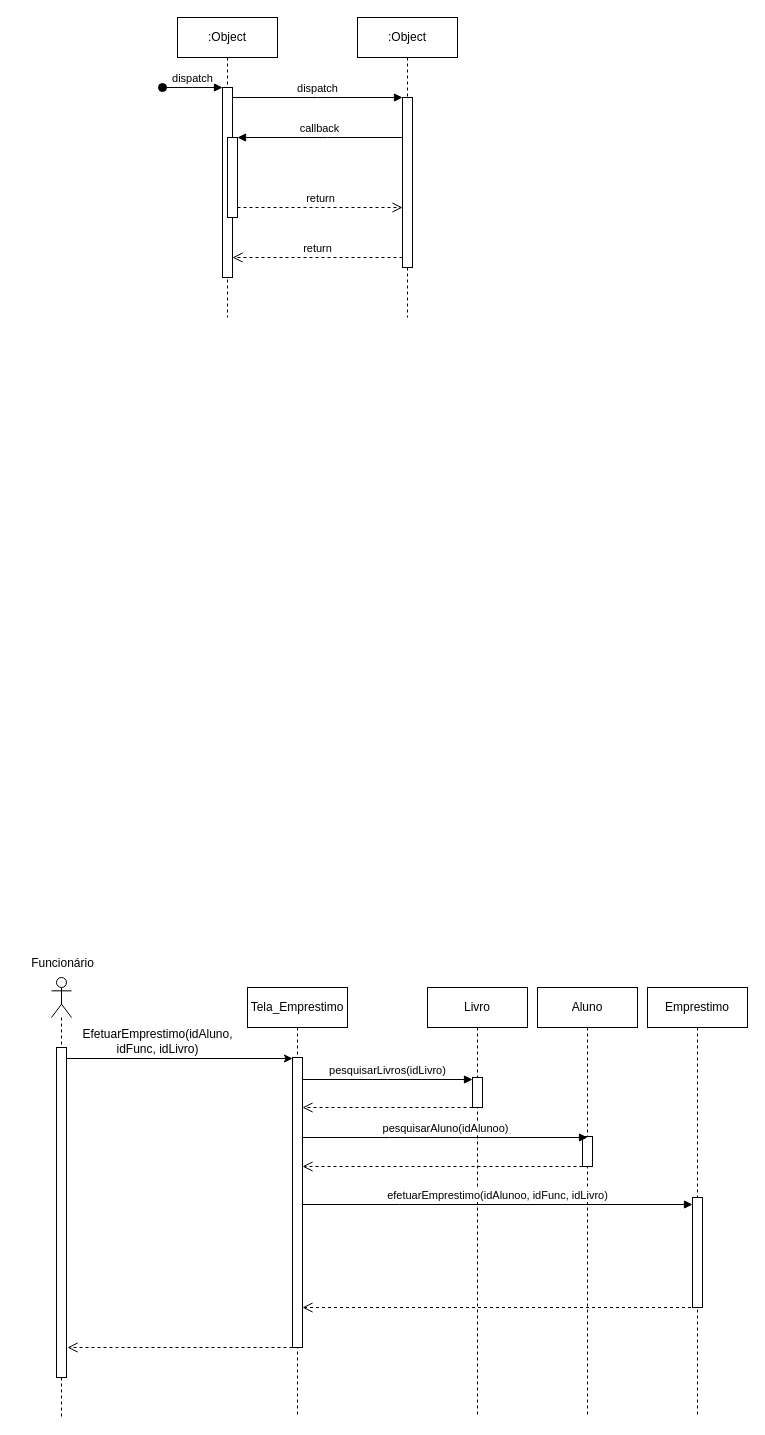
Before: DiagramaSequenciaBiblioteca.drawio in fe1ipesena/biblioteca-Java-Swing, a draw.io diagram. Source tidied: cells renumbered, new cells numbered last; positions are measured from the earlier drawing's top-left corner, leaving out a move shared by most shapes. Both pictures are drawn from the tidied source at 100%, with x=0, y=0 at pixel (17, 17).
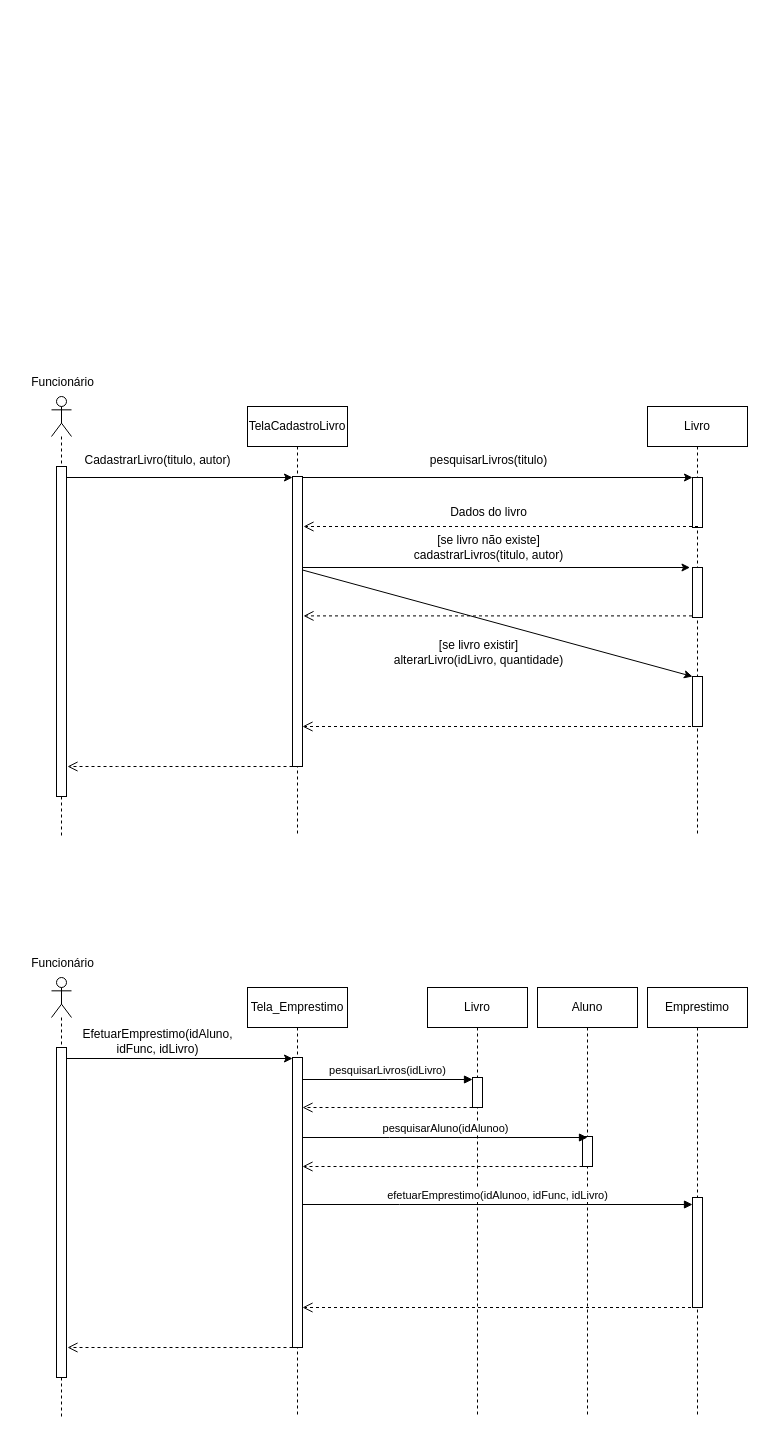
The same diagram, later.

The edit, as a diff of the source:
```diff
@@
+    <mxCell id="32" style="html=1;verticalAlign=bottom;endArrow=open;dashed=1;endSize=8;edgeStyle=elbowEdgeStyle;elbow=vertical;curved=0;rounded=0;" parent="1" edge="1">
+      <mxGeometry relative="1" as="geometry">
+        <mxPoint x="680.5" y="598.4" as="sourcePoint" />
+        <mxPoint x="286" y="598.4" as="targetPoint" />
+        <Array as="points">
+          <mxPoint x="401" y="598.4" />
+        </Array>
+      </mxGeometry>
+    </mxCell>
+    <mxCell id="33" style="endArrow=classic;html=1;rounded=0;" parent="1" edge="1">
+      <mxGeometry relative="1" as="geometry">
+        <mxPoint x="276" y="550" as="sourcePoint" />
+        <mxPoint x="672.5" y="550" as="targetPoint" />
+      </mxGeometry>
+    </mxCell>
+    <mxCell id="34" style="endArrow=classic;html=1;rounded=0;exitX=0.1;exitY=0.314;exitDx=0;exitDy=0;exitPerimeter=0;" parent="1" edge="1" source="38" target="40">
+      <mxGeometry relative="1" as="geometry" />
+    </mxCell>
+    <mxCell id="35" style="endArrow=classic;html=1;rounded=0;" parent="1" edge="1">
+      <mxGeometry relative="1" as="geometry">
+        <mxPoint x="278.5" y="460" as="sourcePoint" />
+        <mxPoint x="675" y="460" as="targetPoint" />
+      </mxGeometry>
+    </mxCell>
@@
-    <mxCell id="3" value=":Object" style="shape=umlLifeline;perimeter=lifelinePerimeter;whiteSpace=wrap;html=1;newEdgeStyle={&quot;edgeStyle&quot;:&quot;elbowEdgeStyle&quot;,&quot;elbow&quot;:&quot;vertical&quot;,&quot;curved&quot;:0,&quot;rounded&quot;:0};" parent="1" vertex="1">
-      <mxGeometry x="160" width="100" height="300" as="geometry" />
-    </mxCell>
-    <mxCell id="4" style="html=1;points=[];perimeter=orthogonalPerimeter;outlineConnect=0;targetShapes=umlLifeline;portConstraint=eastwest;newEdgeStyle={&quot;edgeStyle&quot;:&quot;elbowEdgeStyle&quot;,&quot;elbow&quot;:&quot;vertical&quot;,&quot;curved&quot;:0,&quot;rounded&quot;:0};" parent="3" vertex="1">
-      <mxGeometry x="45" y="70" width="10" height="190" as="geometry" />
-    </mxCell>
-    <mxCell id="5" value="dispatch" style="html=1;verticalAlign=bottom;startArrow=oval;endArrow=block;startSize=8;edgeStyle=elbowEdgeStyle;elbow=vertical;curved=0;rounded=0;" parent="3" edge="1" target="4">
-      <mxGeometry relative="1" as="geometry">
-        <mxPoint x="-15" y="70" as="sourcePoint" />
-      </mxGeometry>
-    </mxCell>
-    <mxCell id="6" style="html=1;points=[];perimeter=orthogonalPerimeter;outlineConnect=0;targetShapes=umlLifeline;portConstraint=eastwest;newEdgeStyle={&quot;edgeStyle&quot;:&quot;elbowEdgeStyle&quot;,&quot;elbow&quot;:&quot;vertical&quot;,&quot;curved&quot;:0,&quot;rounded&quot;:0};" parent="3" vertex="1">
-      <mxGeometry x="50" y="120" width="10" height="80" as="geometry" />
-    </mxCell>
-    <mxCell id="7" value=":Object" style="shape=umlLifeline;perimeter=lifelinePerimeter;whiteSpace=wrap;html=1;newEdgeStyle={&quot;edgeStyle&quot;:&quot;elbowEdgeStyle&quot;,&quot;elbow&quot;:&quot;vertical&quot;,&quot;curved&quot;:0,&quot;rounded&quot;:0};" parent="1" vertex="1">
-      <mxGeometry x="340" width="100" height="300" as="geometry" />
-    </mxCell>
-    <mxCell id="8" style="html=1;points=[];perimeter=orthogonalPerimeter;outlineConnect=0;targetShapes=umlLifeline;portConstraint=eastwest;newEdgeStyle={&quot;edgeStyle&quot;:&quot;elbowEdgeStyle&quot;,&quot;elbow&quot;:&quot;vertical&quot;,&quot;curved&quot;:0,&quot;rounded&quot;:0};" parent="7" vertex="1">
-      <mxGeometry x="45" y="80" width="10" height="170" as="geometry" />
-    </mxCell>
-    <mxCell id="9" value="dispatch" style="html=1;verticalAlign=bottom;endArrow=block;edgeStyle=elbowEdgeStyle;elbow=vertical;curved=0;rounded=0;" parent="1" edge="1" source="4" target="8">
-      <mxGeometry relative="1" as="geometry">
-        <Array as="points">
-          <mxPoint x="300" y="80" />
-        </Array>
-      </mxGeometry>
-    </mxCell>
-    <mxCell id="10" value="return" style="html=1;verticalAlign=bottom;endArrow=open;dashed=1;endSize=8;edgeStyle=elbowEdgeStyle;elbow=vertical;curved=0;rounded=0;" parent="1" edge="1" source="8" target="4">
-      <mxGeometry relative="1" as="geometry">
-        <Array as="points">
-          <mxPoint x="310" y="240" />
-        </Array>
-      </mxGeometry>
-    </mxCell>
-    <mxCell id="11" value="callback" style="html=1;verticalAlign=bottom;endArrow=block;edgeStyle=elbowEdgeStyle;elbow=vertical;curved=0;rounded=0;" parent="1" edge="1" source="8" target="6">
-      <mxGeometry relative="1" as="geometry">
-        <Array as="points">
-          <mxPoint x="310" y="120" />
-        </Array>
-      </mxGeometry>
-    </mxCell>
-    <mxCell id="12" value="return" style="html=1;verticalAlign=bottom;endArrow=open;dashed=1;endSize=8;edgeStyle=elbowEdgeStyle;elbow=vertical;curved=0;rounded=0;" parent="1" edge="1" source="6" target="8">
-      <mxGeometry relative="1" as="geometry">
-        <Array as="points">
-          <mxPoint x="300" y="190" />
-        </Array>
-      </mxGeometry>
-    </mxCell>
@@
+    <mxCell id="36" style="shape=umlLifeline;perimeter=lifelinePerimeter;whiteSpace=wrap;html=1;newEdgeStyle={&quot;curved&quot;:0,&quot;rounded&quot;:0};participant=umlActor;" parent="1" vertex="1">
+      <mxGeometry x="34" y="379" width="20" height="440" as="geometry" />
+    </mxCell>
+    <mxCell id="37" value="TelaCadastroLivro" style="shape=umlLifeline;perimeter=lifelinePerimeter;whiteSpace=wrap;html=1;newEdgeStyle={&quot;edgeStyle&quot;:&quot;elbowEdgeStyle&quot;,&quot;elbow&quot;:&quot;vertical&quot;,&quot;curved&quot;:0,&quot;rounded&quot;:0};" parent="1" vertex="1">
+      <mxGeometry x="230" y="389" width="100" height="430" as="geometry" />
+    </mxCell>
+    <mxCell id="38" style="html=1;points=[];perimeter=orthogonalPerimeter;outlineConnect=0;targetShapes=umlLifeline;portConstraint=eastwest;newEdgeStyle={&quot;edgeStyle&quot;:&quot;elbowEdgeStyle&quot;,&quot;elbow&quot;:&quot;vertical&quot;,&quot;curved&quot;:0,&quot;rounded&quot;:0};" parent="37" vertex="1">
+      <mxGeometry x="45" y="70" width="10" height="290" as="geometry" />
+    </mxCell>
+    <mxCell id="39" value="Livro" style="shape=umlLifeline;perimeter=lifelinePerimeter;whiteSpace=wrap;html=1;newEdgeStyle={&quot;edgeStyle&quot;:&quot;elbowEdgeStyle&quot;,&quot;elbow&quot;:&quot;vertical&quot;,&quot;curved&quot;:0,&quot;rounded&quot;:0};" parent="1" vertex="1">
+      <mxGeometry x="630" y="389" width="100" height="430" as="geometry" />
+    </mxCell>
+    <mxCell id="40" style="html=1;points=[];perimeter=orthogonalPerimeter;outlineConnect=0;targetShapes=umlLifeline;portConstraint=eastwest;newEdgeStyle={&quot;edgeStyle&quot;:&quot;elbowEdgeStyle&quot;,&quot;elbow&quot;:&quot;vertical&quot;,&quot;curved&quot;:0,&quot;rounded&quot;:0};" parent="39" vertex="1">
+      <mxGeometry x="45" y="270" width="10" height="50" as="geometry" />
+    </mxCell>
+    <mxCell id="41" style="html=1;perimeter=orthogonalPerimeter;targetShapes=umlLifeline;newEdgeStyle={&quot;edgeStyle&quot;:&quot;elbowEdgeStyle&quot;,&quot;elbow&quot;:&quot;vertical&quot;,&quot;curved&quot;:0,&quot;rounded&quot;:0};" parent="39" vertex="1">
+      <mxGeometry x="45" y="161" width="10" height="50" as="geometry" />
+    </mxCell>
+    <mxCell id="42" style="html=1;perimeter=orthogonalPerimeter;targetShapes=umlLifeline;newEdgeStyle={&quot;edgeStyle&quot;:&quot;elbowEdgeStyle&quot;,&quot;elbow&quot;:&quot;vertical&quot;,&quot;curved&quot;:0,&quot;rounded&quot;:0};" parent="39" vertex="1">
+      <mxGeometry x="45" y="71" width="10" height="50" as="geometry" />
+    </mxCell>
+    <mxCell id="43" style="html=1;verticalAlign=bottom;endArrow=open;dashed=1;endSize=8;edgeStyle=elbowEdgeStyle;elbow=vertical;curved=0;rounded=0;" parent="1" edge="1">
+      <mxGeometry relative="1" as="geometry">
+        <mxPoint x="679.5" y="709" as="sourcePoint" />
+        <mxPoint x="285" y="709" as="targetPoint" />
+        <Array as="points">
+          <mxPoint x="400" y="709" />
+        </Array>
+      </mxGeometry>
+    </mxCell>
+    <mxCell id="44" style="html=1;points=[];perimeter=orthogonalPerimeter;outlineConnect=0;targetShapes=umlLifeline;portConstraint=eastwest;newEdgeStyle={&quot;edgeStyle&quot;:&quot;elbowEdgeStyle&quot;,&quot;elbow&quot;:&quot;vertical&quot;,&quot;curved&quot;:0,&quot;rounded&quot;:0};" parent="1" vertex="1">
+      <mxGeometry x="39" y="449" width="10" height="330" as="geometry" />
+    </mxCell>
+    <mxCell id="45" style="endArrow=classic;html=1;rounded=0;" parent="1" edge="1" source="44">
+      <mxGeometry relative="1" as="geometry">
+        <mxPoint x="275" y="460" as="targetPoint" />
+      </mxGeometry>
+    </mxCell>
+    <mxCell id="46" value="CadastrarLivro(titulo, autor)" style="text;html=1;align=center;verticalAlign=middle;strokeColor=none;fillColor=none;" parent="1" vertex="1">
+      <mxGeometry x="55" y="428" width="170" height="30" as="geometry" />
+    </mxCell>
+    <mxCell id="47" style="html=1;verticalAlign=bottom;endArrow=open;dashed=1;endSize=8;edgeStyle=elbowEdgeStyle;elbow=vertical;curved=0;rounded=0;" parent="1" edge="1" source="38">
+      <mxGeometry relative="1" as="geometry">
+        <mxPoint x="50" y="749" as="targetPoint" />
+        <Array as="points">
+          <mxPoint x="100" y="749" />
+        </Array>
+      </mxGeometry>
+    </mxCell>
+    <mxCell id="48" value="Funcionário" style="text;html=1;align=center;verticalAlign=middle;strokeColor=none;fillColor=none;" parent="1" vertex="1">
+      <mxGeometry y="350" width="90" height="30" as="geometry" />
+    </mxCell>
+    <mxCell id="49" style="html=1;verticalAlign=bottom;endArrow=open;dashed=1;endSize=8;edgeStyle=elbowEdgeStyle;elbow=vertical;curved=0;rounded=0;" parent="1" edge="1">
+      <mxGeometry relative="1" as="geometry">
+        <mxPoint x="680.5" y="509" as="sourcePoint" />
+        <mxPoint x="286" y="509" as="targetPoint" />
+        <Array as="points">
+          <mxPoint x="401" y="509" />
+        </Array>
+      </mxGeometry>
+    </mxCell>
+    <mxCell id="50" value="[se livro existir]&lt;br&gt;alterarLivro(idLivro, quantidade)" style="text;html=1;align=center;verticalAlign=middle;strokeColor=none;fillColor=none;" parent="1" vertex="1">
+      <mxGeometry x="366" y="615" width="190" height="40" as="geometry" />
+    </mxCell>
+    <mxCell id="51" value="[se livro não existe]&lt;br&gt;cadastrarLivros(titulo, autor)" style="text;html=1;align=center;verticalAlign=middle;strokeColor=none;fillColor=none;" parent="1" vertex="1">
+      <mxGeometry x="386" y="510" width="170" height="40" as="geometry" />
+    </mxCell>
+    <mxCell id="52" value="Dados do livro" style="text;html=1;align=center;verticalAlign=middle;strokeColor=none;fillColor=none;" parent="1" vertex="1">
+      <mxGeometry x="421" y="480" width="100" height="30" as="geometry" />
+    </mxCell>
+    <mxCell id="53" value="pesquisarLivros(titulo)" style="text;html=1;align=center;verticalAlign=middle;strokeColor=none;fillColor=none;" parent="1" vertex="1">
+      <mxGeometry x="401" y="428" width="140" height="30" as="geometry" />
+    </mxCell>
```
